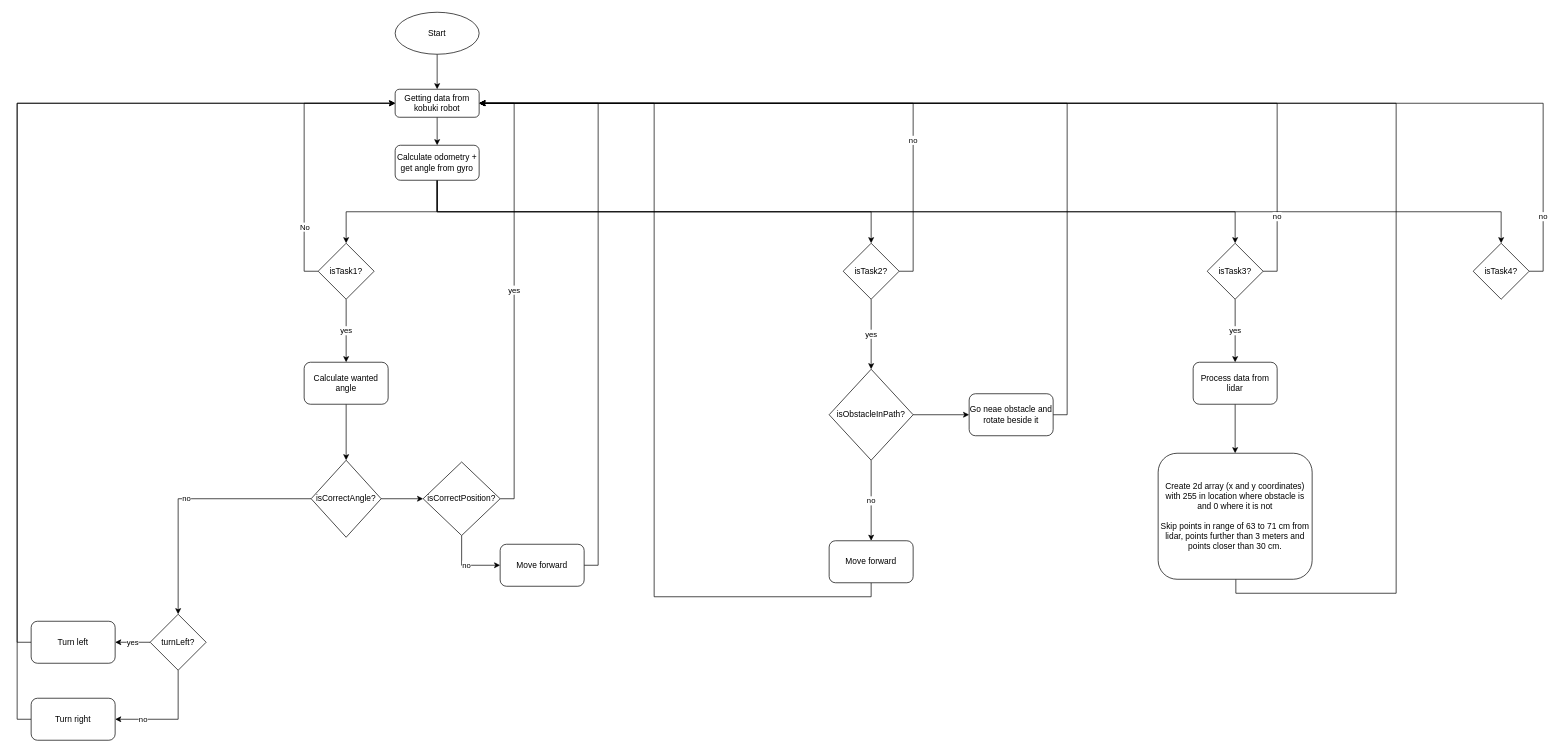
The draw.io diagram Untitled Diagram.drawio in HasprunLukas/RMR_Hasprun_Kochan, before the edit. Source tidied: cells renumbered, new cells numbered last; positions are measured from the earlier drawing's top-left corner, leaving out a move shared by most shapes. Both pictures are drawn from the tidied source at 70%, with x=0, y=0 at pixel (31, 12).
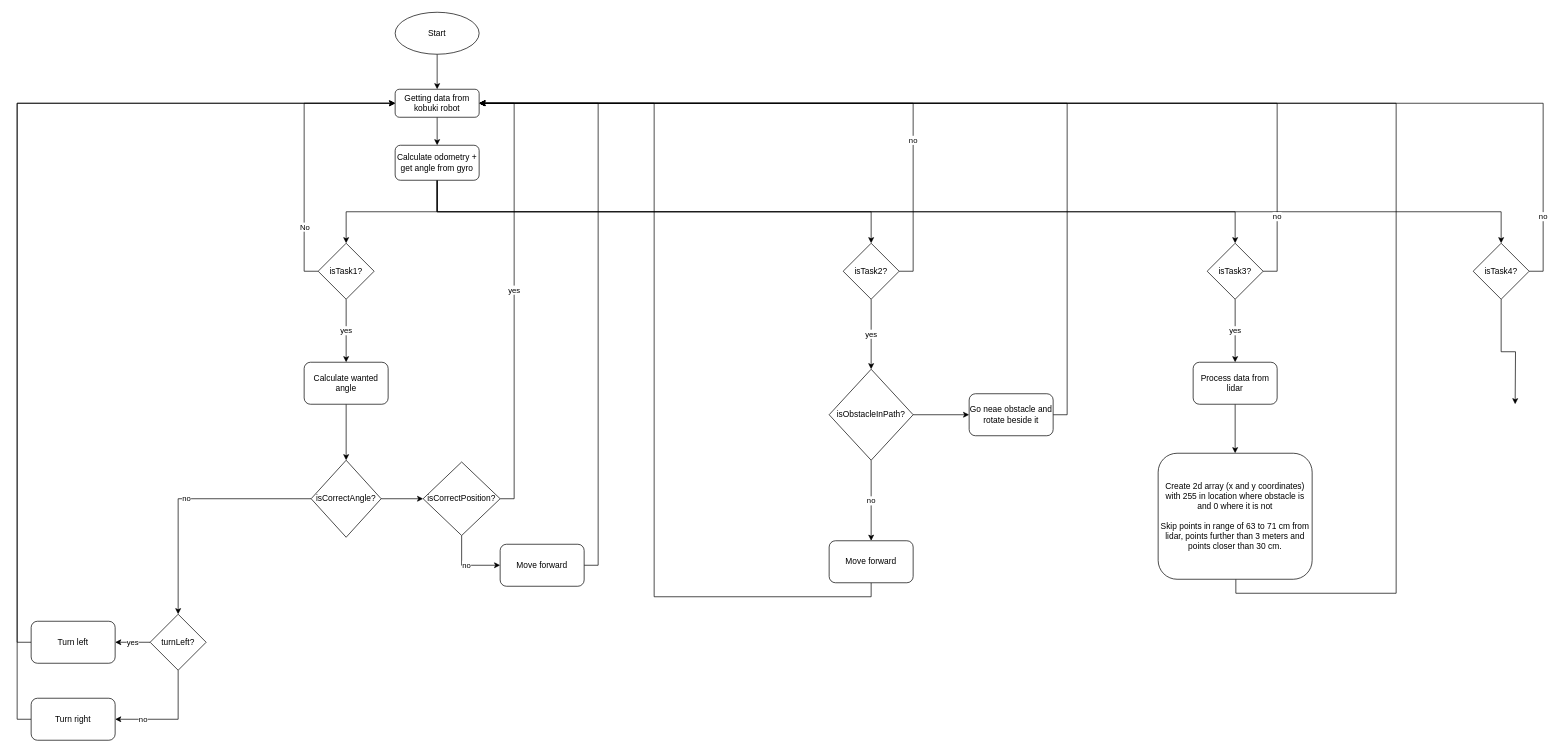
The same page after the edit.

The change refers to these unchanged cells:
```xml
<mxCell id="50" value="isTask4?" style="rhombus;whiteSpace=wrap;html=1;" parent="1" vertex="1">
  <mxGeometry x="2060" y="330" width="80" height="80" as="geometry" />
</mxCell>
```

What changed in the source:
```diff
@@
+    <mxCell id="51" style="edgeStyle=orthogonalEdgeStyle;rounded=0;jettySize=auto;html=1;exitX=0.5;exitY=1;exitDx=0;exitDy=0;" parent="1" edge="1" source="50">
+      <mxGeometry relative="1" as="geometry">
+        <mxPoint x="2120" y="560" as="targetPoint" />
+      </mxGeometry>
+    </mxCell>
```
